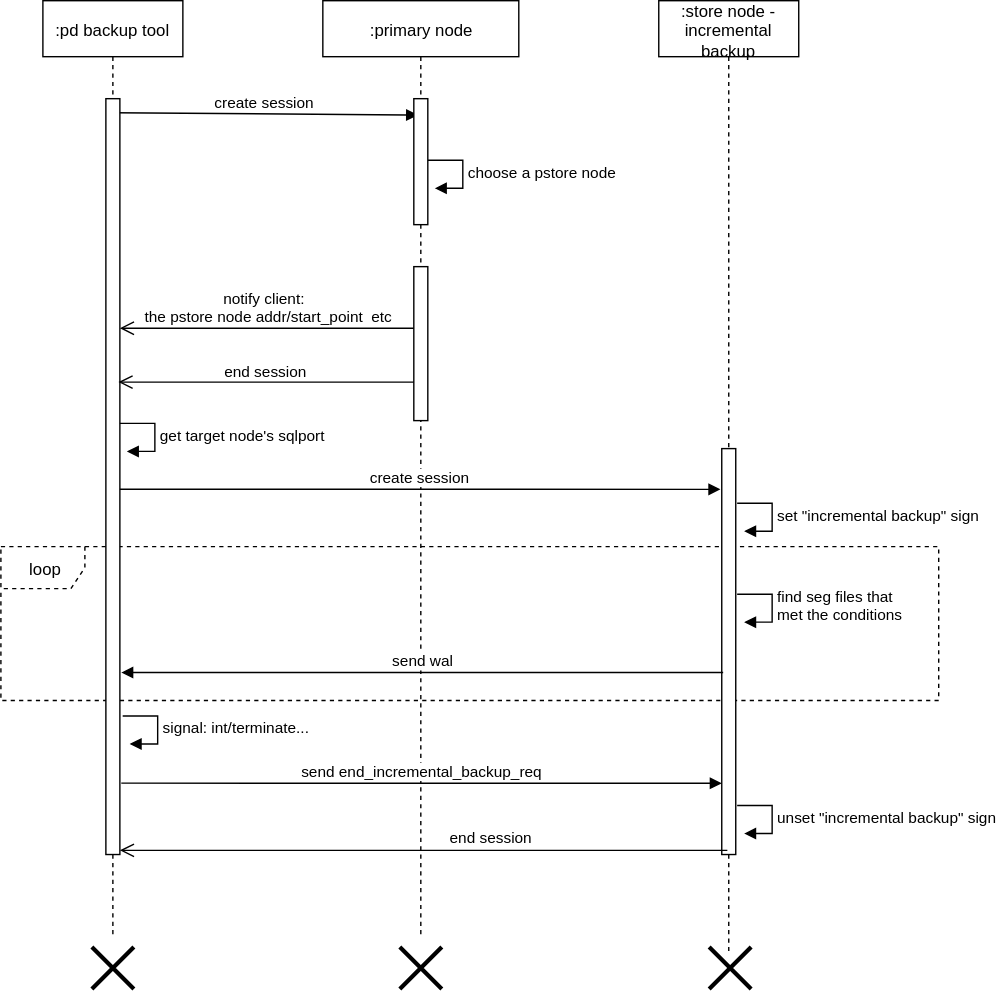
Earlier version of the draw.io export attachments/1648606565569.drawio.svg (simbahebinbo/smallfat.github.io). Source tidied: cells renumbered, new cells last; positions are measured from the earlier drawing's top-left corner, leaving out a move shared by most shapes.
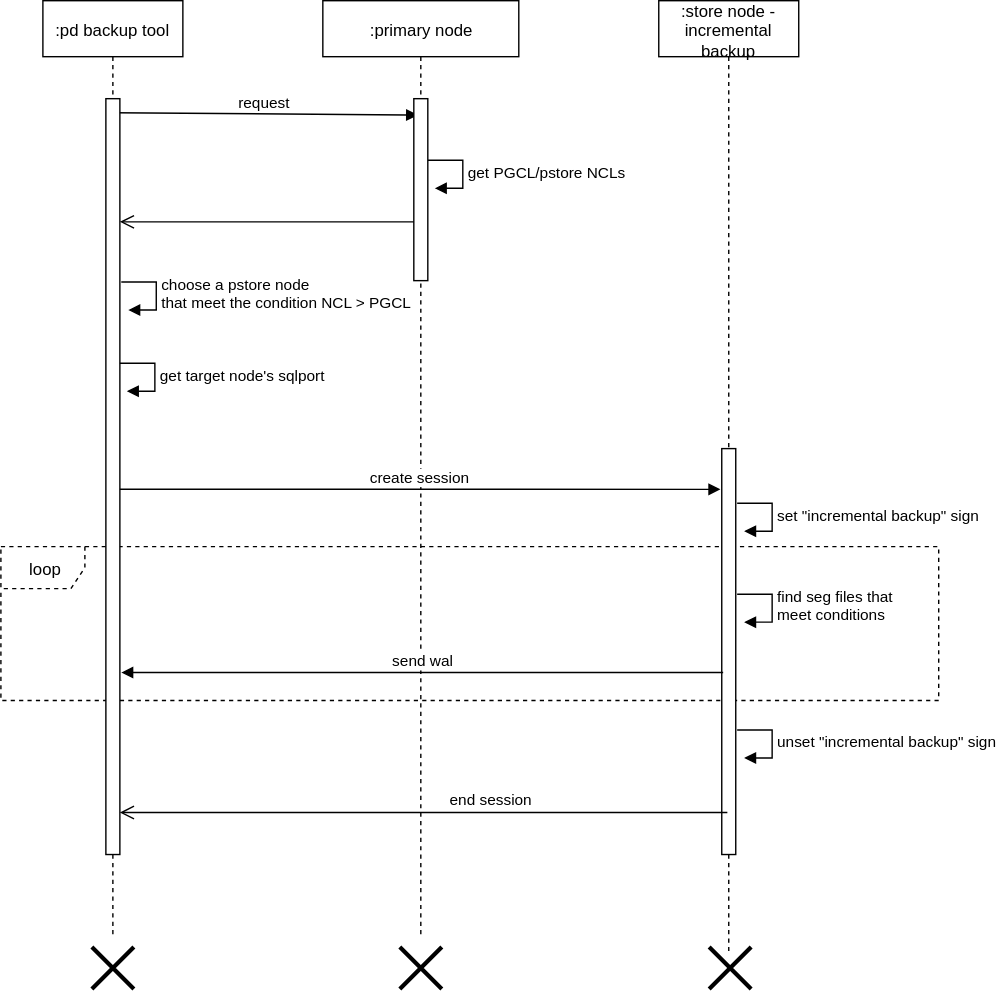
The same diagram one commit later.

Commit message:
添加附件 : attachments/1648606565569.drawio.svg

Change to the diagram source:
```diff
@@ -8,7 +8,7 @@
     <mxCell id="3" value=":pd backup tool" style="shape=umlLifeline;perimeter=lifelinePerimeter;whiteSpace=wrap;html=1;" parent="1" vertex="1">
       <mxGeometry x="30" width="100" height="670" as="geometry" />
     </mxCell>
-    <mxCell id="4" value="create session" style="html=1;verticalAlign=bottom;endArrow=block;entryX=0.486;entryY=0.122;entryDx=0;entryDy=0;entryPerimeter=0;" parent="3" edge="1" target="7">
+    <mxCell id="4" value="request" style="html=1;verticalAlign=bottom;endArrow=block;entryX=0.486;entryY=0.122;entryDx=0;entryDy=0;entryPerimeter=0;" parent="3" edge="1" target="7">
       <mxGeometry relative="1" as="geometry">
         <mxPoint x="50" y="80" as="sourcePoint" />
       </mxGeometry>
@@ -22,7 +22,7 @@
     <mxCell id="7" value=":primary node" style="html=1;points=[];perimeter=orthogonalPerimeter;shape=umlLifeline;participant=label;fontFamily=Helvetica;fontSize=12;fontColor=#000000;align=center;strokeColor=#000000;fillColor=#ffffff;" parent="1" vertex="1">
       <mxGeometry x="230" width="140" height="670" as="geometry" />
     </mxCell>
-    <mxCell id="8" value="choose a pstore node" style="edgeStyle=orthogonalEdgeStyle;html=1;align=left;spacingLeft=2;endArrow=block;rounded=0;entryX=1;entryY=0;" parent="7" edge="1">
+    <mxCell id="8" value="get PGCL/pstore NCLs" style="edgeStyle=orthogonalEdgeStyle;html=1;align=left;spacingLeft=2;endArrow=block;rounded=0;entryX=1;entryY=0;" parent="7" edge="1">
       <mxGeometry relative="1" as="geometry">
         <mxPoint x="75" y="114" as="sourcePoint" />
         <mxPoint x="80" y="134" as="targetPoint" />
@@ -31,14 +31,11 @@
         </Array>
       </mxGeometry>
     </mxCell>
-    <mxCell id="9" style="html=1;perimeter=orthogonalPerimeter;" parent="7" vertex="1">
-      <mxGeometry x="65" y="190" width="10" height="110" as="geometry" />
-    </mxCell>
     <mxCell id="10" style="shape=umlDestroy;whiteSpace=wrap;html=1;strokeWidth=3;" parent="7" vertex="1">
       <mxGeometry x="55" y="676" width="30" height="30" as="geometry" />
     </mxCell>
     <mxCell id="11" style="html=1;perimeter=orthogonalPerimeter;" parent="7" vertex="1">
-      <mxGeometry x="65" y="70" width="10" height="90" as="geometry" />
+      <mxGeometry x="65" y="70" width="10" height="130" as="geometry" />
     </mxCell>
     <mxCell id="12" value=":store node - incremental backup" style="shape=umlLifeline;perimeter=lifelinePerimeter;whiteSpace=wrap;html=1;" parent="1" vertex="1">
       <mxGeometry x="470" width="100" height="680" as="geometry" />
@@ -46,10 +43,10 @@
     <mxCell id="13" style="html=1;perimeter=orthogonalPerimeter;" parent="12" vertex="1">
       <mxGeometry x="45" y="320" width="10" height="290" as="geometry" />
     </mxCell>
-    <mxCell id="14" value="notify client:&amp;nbsp;&lt;br&gt;&amp;nbsp;the pstore node addr/start_point&amp;nbsp; etc" style="html=1;verticalAlign=bottom;endArrow=open;endSize=8;exitX=0;exitY=0.95;" parent="1" edge="1">
+    <mxCell id="14" style="html=1;verticalAlign=bottom;endArrow=open;endSize=8;exitX=0;exitY=0.95;" parent="1" edge="1">
       <mxGeometry relative="1" as="geometry">
-        <mxPoint x="295" y="234" as="sourcePoint" />
-        <mxPoint x="85" y="234" as="targetPoint" />
+        <mxPoint x="295" y="158" as="sourcePoint" />
+        <mxPoint x="85" y="158" as="targetPoint" />
       </mxGeometry>
     </mxCell>
     <mxCell id="15" value="create session" style="html=1;verticalAlign=bottom;endArrow=block;entryX=-0.1;entryY=0.076;entryDx=0;entryDy=0;entryPerimeter=0;exitX=1;exitY=0.4;exitDx=0;exitDy=0;exitPerimeter=0;" parent="1" edge="1">
@@ -64,16 +61,10 @@
         <mxPoint x="86" y="480" as="targetPoint" />
       </mxGeometry>
     </mxCell>
-    <mxCell id="17" value="end session" style="html=1;verticalAlign=bottom;endArrow=open;endSize=8;" parent="1" edge="1">
-      <mxGeometry relative="1" as="geometry">
-        <mxPoint x="295" y="272.5" as="sourcePoint" />
-        <mxPoint x="84" y="272.5" as="targetPoint" />
-      </mxGeometry>
-    </mxCell>
     <mxCell id="18" value="end session" style="html=1;verticalAlign=bottom;endArrow=open;endSize=8;" parent="1" edge="1">
       <mxGeometry x="-0.22" y="-1" relative="1" as="geometry">
-        <mxPoint x="519" y="607" as="sourcePoint" />
-        <mxPoint x="85" y="607" as="targetPoint" />
+        <mxPoint x="519" y="580" as="sourcePoint" />
+        <mxPoint x="85" y="580" as="targetPoint" />
       </mxGeometry>
     </mxCell>
     <mxCell id="19" style="shape=umlDestroy;whiteSpace=wrap;html=1;strokeWidth=3;" parent="1" vertex="1">
@@ -81,28 +72,13 @@
     </mxCell>
     <mxCell id="20" value="get target node's sqlport" style="edgeStyle=orthogonalEdgeStyle;html=1;align=left;spacingLeft=2;endArrow=block;rounded=0;entryX=1;entryY=0;" parent="1" edge="1">
       <mxGeometry relative="1" as="geometry">
-        <mxPoint x="85" y="302" as="sourcePoint" />
-        <mxPoint x="90" y="322" as="targetPoint" />
+        <mxPoint x="85" y="259" as="sourcePoint" />
+        <mxPoint x="90" y="279" as="targetPoint" />
         <Array as="points">
-          <mxPoint x="110" y="302" />
+          <mxPoint x="110" y="259" />
         </Array>
       </mxGeometry>
     </mxCell>
-    <mxCell id="21" value="send end_incremental_backup_req" style="html=1;verticalAlign=bottom;endArrow=block;entryX=-0.1;entryY=0.076;entryDx=0;entryDy=0;entryPerimeter=0;exitX=1;exitY=0.4;exitDx=0;exitDy=0;exitPerimeter=0;" parent="1" edge="1">
-      <mxGeometry relative="1" as="geometry">
-        <mxPoint x="86" y="559" as="sourcePoint" />
-        <mxPoint x="515" y="559.1" as="targetPoint" />
-      </mxGeometry>
-    </mxCell>
-    <mxCell id="22" value="signal: int/terminate..." style="edgeStyle=orthogonalEdgeStyle;html=1;align=left;spacingLeft=2;endArrow=block;rounded=0;entryX=1;entryY=0;" parent="1" edge="1">
-      <mxGeometry relative="1" as="geometry">
-        <mxPoint x="87" y="511" as="sourcePoint" />
-        <mxPoint x="92" y="531" as="targetPoint" />
-        <Array as="points">
-          <mxPoint x="112" y="511" />
-        </Array>
-      </mxGeometry>
-    </mxCell>
     <mxCell id="23" value="set &quot;incremental backup&quot; sign" style="edgeStyle=orthogonalEdgeStyle;html=1;align=left;spacingLeft=2;endArrow=block;rounded=0;entryX=1;entryY=0;" parent="1" edge="1">
       <mxGeometry relative="1" as="geometry">
         <mxPoint x="526" y="359" as="sourcePoint" />
@@ -114,14 +90,14 @@
     </mxCell>
     <mxCell id="24" value="unset &quot;incremental backup&quot; sign" style="edgeStyle=orthogonalEdgeStyle;html=1;align=left;spacingLeft=2;endArrow=block;rounded=0;entryX=1;entryY=0;" parent="1" edge="1">
       <mxGeometry relative="1" as="geometry">
-        <mxPoint x="526" y="575" as="sourcePoint" />
-        <mxPoint x="531" y="595" as="targetPoint" />
+        <mxPoint x="526" y="521" as="sourcePoint" />
+        <mxPoint x="531" y="541" as="targetPoint" />
         <Array as="points">
-          <mxPoint x="551" y="575" />
+          <mxPoint x="551" y="521" />
         </Array>
       </mxGeometry>
     </mxCell>
-    <mxCell id="25" value="find seg files that &lt;br&gt;met the conditions" style="edgeStyle=orthogonalEdgeStyle;html=1;align=left;spacingLeft=2;endArrow=block;rounded=0;entryX=1;entryY=0;" parent="1" edge="1">
+    <mxCell id="25" value="find seg files that &lt;br&gt;meet conditions" style="edgeStyle=orthogonalEdgeStyle;html=1;align=left;spacingLeft=2;endArrow=block;rounded=0;entryX=1;entryY=0;" parent="1" edge="1">
       <mxGeometry relative="1" as="geometry">
         <mxPoint x="526" y="424" as="sourcePoint" />
         <mxPoint x="531" y="444" as="targetPoint" />
@@ -130,5 +106,14 @@
         </Array>
       </mxGeometry>
     </mxCell>
+    <mxCell id="26" value="choose a pstore node &lt;br&gt;that meet the condition NCL &amp;gt; PGCL" style="edgeStyle=orthogonalEdgeStyle;html=1;align=left;spacingLeft=2;endArrow=block;rounded=0;entryX=1;entryY=0;" parent="1" edge="1">
+      <mxGeometry relative="1" as="geometry">
+        <mxPoint x="86" y="201" as="sourcePoint" />
+        <mxPoint x="91" y="221" as="targetPoint" />
+        <Array as="points">
+          <mxPoint x="111" y="201" />
+        </Array>
+      </mxGeometry>
+    </mxCell>
   </root>
 </mxGraphModel>
```
